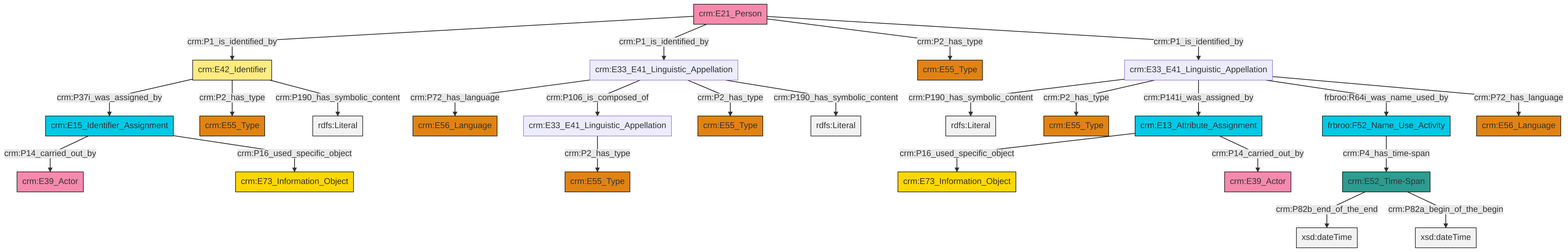
The Mermaid diagram et/personCSV/ttl/mmd/png/Person_Names_and_Classification.png in swiss-art-research-net/docs.swissartresearch, before a commit. Its source is kept beside it as et/personCSV/ttl/mmd/Person_Names_and_Classification.ttl.mmd.
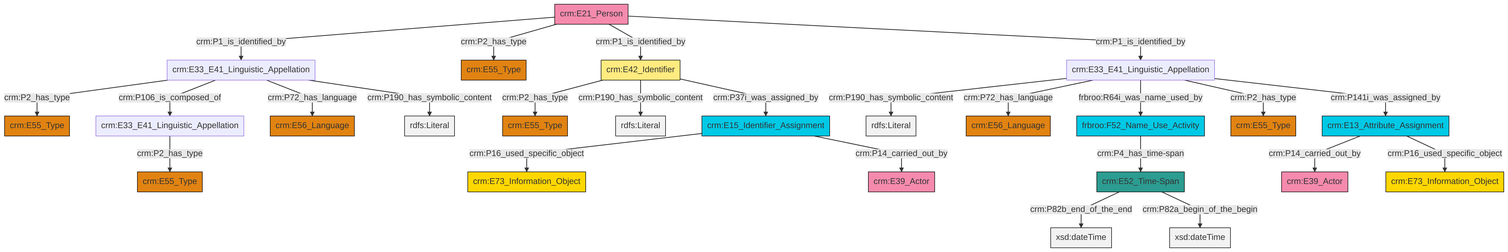
Above is the later version.

Diff of the diagram source:
```diff
@@ -13,27 +13,27 @@
 classDef PC_Classes fill:#4ce600, stroke:#000000;
 classDef Multi fill:#cccccc,stroke:#000000;
 
-4["crm:E33_E41_Linguistic_Appellation"]:::Default -->|crm:P72_has_language| 5["crm:E56_Language"]:::Type
-6["crm:E42_Identifier"]:::Appellation -->|crm:P37i_was_assigned_by| 7["crm:E15_Identifier_Assignment"]:::Temporal_Entity
-8["crm:E33_E41_Linguistic_Appellation"]:::Default -->|crm:P2_has_type| 9["crm:E55_Type"]:::Type
-10["crm:E21_Person"]:::Actor -->|crm:P1_is_identified_by| 6["crm:E42_Identifier"]:::Appellation
-0["frbroo:F52_Name_Use_Activity"]:::Temporal_Entity -->|crm:P4_has_time-span| 16["crm:E52_Time-Span"]:::Time-Span
-10["crm:E21_Person"]:::Actor -->|crm:P1_is_identified_by| 4["crm:E33_E41_Linguistic_Appellation"]:::Default
-4["crm:E33_E41_Linguistic_Appellation"]:::Default -->|crm:P106_is_composed_of| 8["crm:E33_E41_Linguistic_Appellation"]:::Default
-16["crm:E52_Time-Span"]:::Time-Span -->|crm:P82b_end_of_the_end| 21[xsd:dateTime]:::Literal
-2["crm:E13_Attribute_Assignment"]:::Temporal_Entity -->|crm:P16_used_specific_object| 12["crm:E73_Information_Object"]:::Conceptual_Object
-10["crm:E21_Person"]:::Actor -->|crm:P2_has_type| 24["crm:E55_Type"]:::Type
-16["crm:E52_Time-Span"]:::Time-Span -->|crm:P82a_begin_of_the_begin| 27[xsd:dateTime]:::Literal
-14["crm:E33_E41_Linguistic_Appellation"]:::Default -->|crm:P190_has_symbolic_content| 28[rdfs:Literal]:::Literal
-14["crm:E33_E41_Linguistic_Appellation"]:::Default -->|crm:P2_has_type| 32["crm:E55_Type"]:::Type
-14["crm:E33_E41_Linguistic_Appellation"]:::Default -->|crm:P141i_was_assigned_by| 2["crm:E13_Attribute_Assignment"]:::Temporal_Entity
-4["crm:E33_E41_Linguistic_Appellation"]:::Default -->|crm:P2_has_type| 29["crm:E55_Type"]:::Type
-10["crm:E21_Person"]:::Actor -->|crm:P1_is_identified_by| 14["crm:E33_E41_Linguistic_Appellation"]:::Default
-14["crm:E33_E41_Linguistic_Appellation"]:::Default -->|frbroo:R64i_was_name_used_by| 0["frbroo:F52_Name_Use_Activity"]:::Temporal_Entity
-6["crm:E42_Identifier"]:::Appellation -->|crm:P2_has_type| 22["crm:E55_Type"]:::Type
-7["crm:E15_Identifier_Assignment"]:::Temporal_Entity -->|crm:P14_carried_out_by| 25["crm:E39_Actor"]:::Actor
-4["crm:E33_E41_Linguistic_Appellation"]:::Default -->|crm:P190_has_symbolic_content| 39[rdfs:Literal]:::Literal
-14["crm:E33_E41_Linguistic_Appellation"]:::Default -->|crm:P72_has_language| 19["crm:E56_Language"]:::Type
-2["crm:E13_Attribute_Assignment"]:::Temporal_Entity -->|crm:P14_carried_out_by| 44["crm:E39_Actor"]:::Actor
-6["crm:E42_Identifier"]:::Appellation -->|crm:P190_has_symbolic_content| 46[rdfs:Literal]:::Literal
-7["crm:E15_Identifier_Assignment"]:::Temporal_Entity -->|crm:P16_used_specific_object| 36["crm:E73_Information_Object"]:::Conceptual_Object
+12["crm:E33_E41_Linguistic_Appellation"]:::Default -->|crm:P190_has_symbolic_content| 13[rdfs:Literal]:::Literal
+16["crm:E13_Attribute_Assignment"]:::Temporal_Entity -->|crm:P14_carried_out_by| 17["crm:E39_Actor"]:::Actor
+18["crm:E42_Identifier"]:::Appellation -->|crm:P2_has_type| 19["crm:E55_Type"]:::Type
+12["crm:E33_E41_Linguistic_Appellation"]:::Default -->|crm:P72_has_language| 20["crm:E56_Language"]:::Type
+28["crm:E21_Person"]:::Actor -->|crm:P1_is_identified_by| 4["crm:E33_E41_Linguistic_Appellation"]:::Default
+0["crm:E52_Time-Span"]:::Time-Span -->|crm:P82b_end_of_the_end| 29[xsd:dateTime]:::Literal
+4["crm:E33_E41_Linguistic_Appellation"]:::Default -->|crm:P2_has_type| 6["crm:E55_Type"]:::Type
+14["crm:E15_Identifier_Assignment"]:::Temporal_Entity -->|crm:P16_used_specific_object| 10["crm:E73_Information_Object"]:::Conceptual_Object
+4["crm:E33_E41_Linguistic_Appellation"]:::Default -->|crm:P106_is_composed_of| 26["crm:E33_E41_Linguistic_Appellation"]:::Default
+4["crm:E33_E41_Linguistic_Appellation"]:::Default -->|crm:P72_has_language| 31["crm:E56_Language"]:::Type
+26["crm:E33_E41_Linguistic_Appellation"]:::Default -->|crm:P2_has_type| 21["crm:E55_Type"]:::Type
+34["frbroo:F52_Name_Use_Activity"]:::Temporal_Entity -->|crm:P4_has_time-span| 0["crm:E52_Time-Span"]:::Time-Span
+28["crm:E21_Person"]:::Actor -->|crm:P2_has_type| 24["crm:E55_Type"]:::Type
+16["crm:E13_Attribute_Assignment"]:::Temporal_Entity -->|crm:P16_used_specific_object| 8["crm:E73_Information_Object"]:::Conceptual_Object
+18["crm:E42_Identifier"]:::Appellation -->|crm:P190_has_symbolic_content| 37[rdfs:Literal]:::Literal
+28["crm:E21_Person"]:::Actor -->|crm:P1_is_identified_by| 18["crm:E42_Identifier"]:::Appellation
+4["crm:E33_E41_Linguistic_Appellation"]:::Default -->|crm:P190_has_symbolic_content| 38[rdfs:Literal]:::Literal
+0["crm:E52_Time-Span"]:::Time-Span -->|crm:P82a_begin_of_the_begin| 39[xsd:dateTime]:::Literal
+18["crm:E42_Identifier"]:::Appellation -->|crm:P37i_was_assigned_by| 14["crm:E15_Identifier_Assignment"]:::Temporal_Entity
+12["crm:E33_E41_Linguistic_Appellation"]:::Default -->|frbroo:R64i_was_name_used_by| 34["frbroo:F52_Name_Use_Activity"]:::Temporal_Entity
+28["crm:E21_Person"]:::Actor -->|crm:P1_is_identified_by| 12["crm:E33_E41_Linguistic_Appellation"]:::Default
+14["crm:E15_Identifier_Assignment"]:::Temporal_Entity -->|crm:P14_carried_out_by| 40["crm:E39_Actor"]:::Actor
+12["crm:E33_E41_Linguistic_Appellation"]:::Default -->|crm:P2_has_type| 2["crm:E55_Type"]:::Type
+12["crm:E33_E41_Linguistic_Appellation"]:::Default -->|crm:P141i_was_assigned_by| 16["crm:E13_Attribute_Assignment"]:::Temporal_Entity
```
